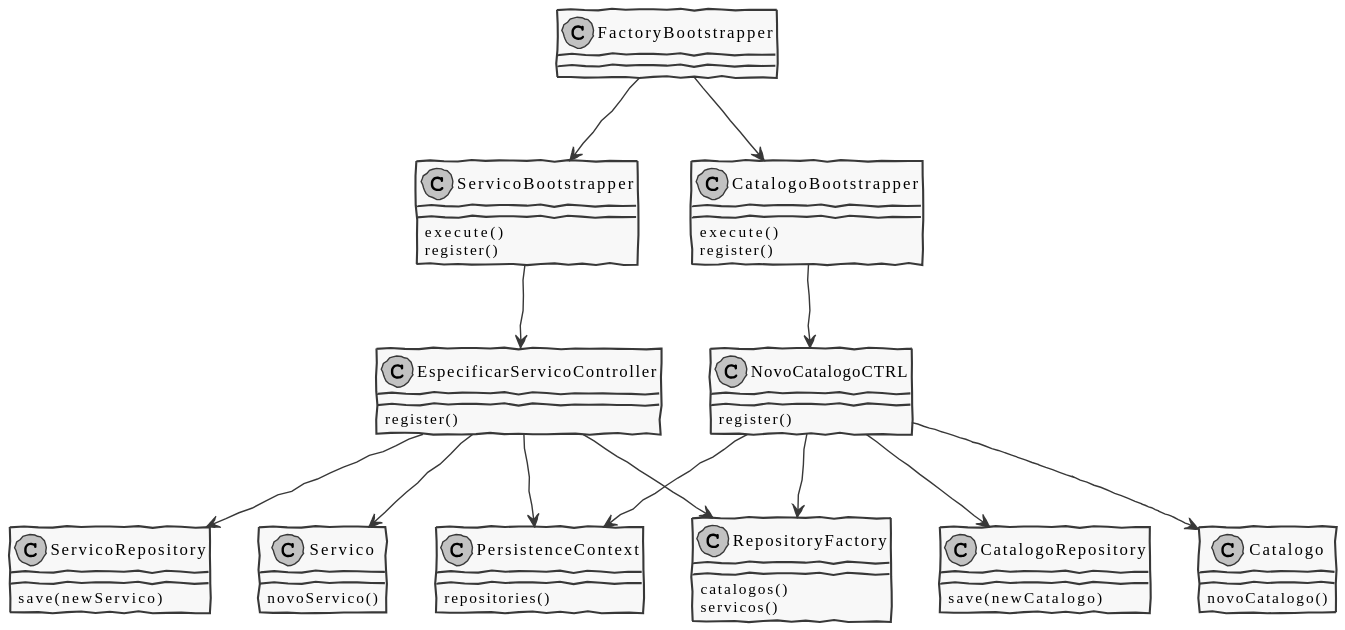
The PlantUML diagram docs/US2101/CD2101.svg in pedrolemos4/LAPR4, before a commit.
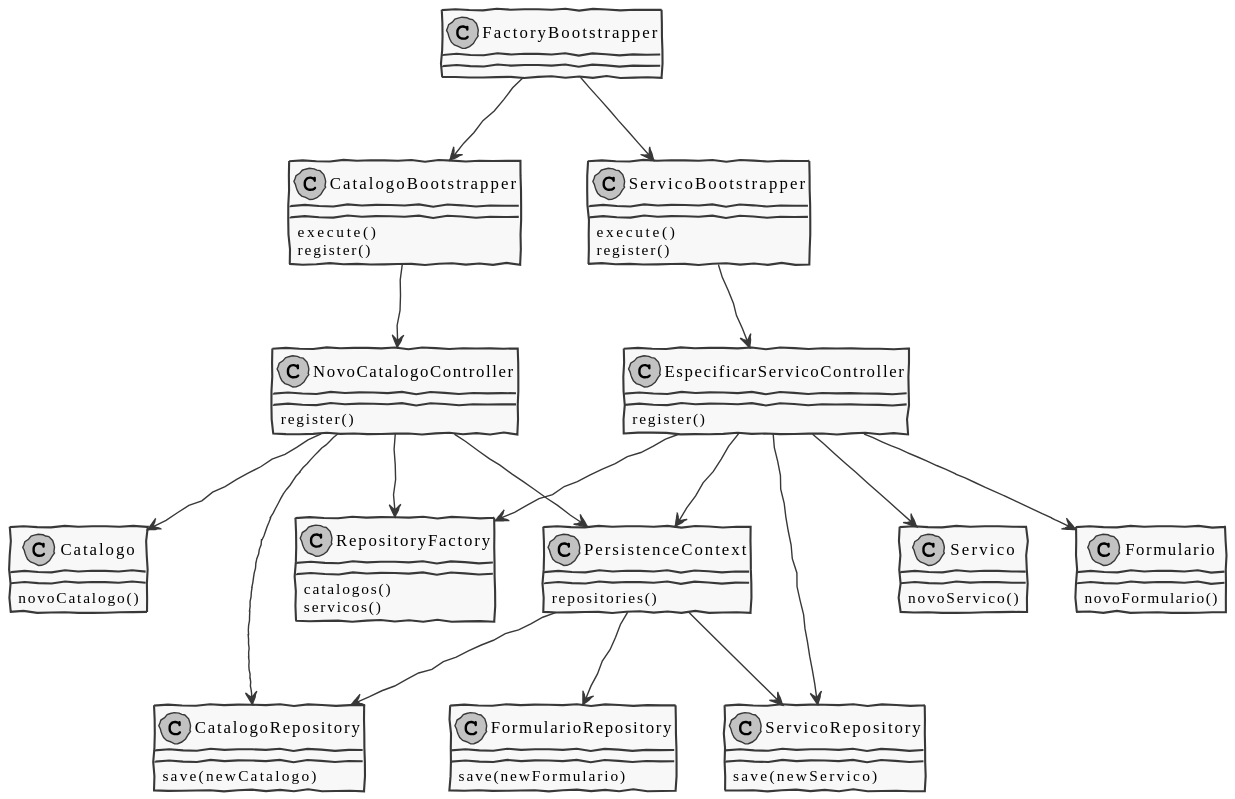
After the commit.

What changed in the source:
```diff
@@ -8,14 +8,15 @@
 class FactoryBootstrapper
 class CatalogoBootstrapper
 class ServicoBootstrapper
-class NovoCatalogoCTRL
+class NovoCatalogoController
 class PersistenceContext
 class RepositoryFactory
 class CatalogoRepository
 class ServicoRepository
 class Catalogo
 class Servico
-
+class FormularioRepository
+class Formulario
 
 FactoryBootstrapper --> CatalogoBootstrapper
 FactoryBootstrapper --> ServicoBootstrapper
@@ -26,19 +27,19 @@
 ServicoBootstrapper : execute()
 ServicoBootstrapper : register()
 
-NovoCatalogoCTRL : register()
+NovoCatalogoController : register()
 EspecificarServicoController : register()
 
 
-CatalogoBootstrapper --> NovoCatalogoCTRL
+CatalogoBootstrapper --> NovoCatalogoController
 
-NovoCatalogoCTRL --> CatalogoRepository
-NovoCatalogoCTRL --> PersistenceContext
-NovoCatalogoCTRL --> Catalogo
+NovoCatalogoController --> CatalogoRepository
+NovoCatalogoController --> PersistenceContext
+NovoCatalogoController --> Catalogo
 
 
 PersistenceContext : repositories()
-NovoCatalogoCTRL --> RepositoryFactory
+NovoCatalogoController --> RepositoryFactory
 RepositoryFactory : catalogos()
 RepositoryFactory : servicos()
 Catalogo : novoCatalogo()
@@ -50,9 +51,15 @@
 EspecificarServicoController --> ServicoRepository
 EspecificarServicoController --> PersistenceContext
 EspecificarServicoController --> Servico
-
+EspecificarServicoController --> Formulario
+PersistenceContext --> ServicoRepository
+PersistenceContext --> CatalogoRepository
+PersistenceContext --> FormularioRepository
 
 EspecificarServicoController --> RepositoryFactory
 Servico : novoServico()
 ServicoRepository : save(newServico)
+
+Formulario : novoFormulario()
+FormularioRepository : save(newFormulario)
 @enduml
```
